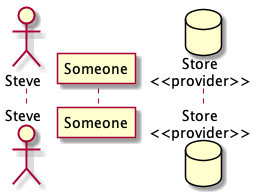
Before: DesignPhase/sequence-diagrams/statistical-values/sequence-diagram.png, a diagram exported from PlantUML (EOSC-synergy/o3webapp). Its diagram source:
```plantuml
@startuml
actor Steve
participant Someone
database "Store\n<<provider>>"
@enduml
```
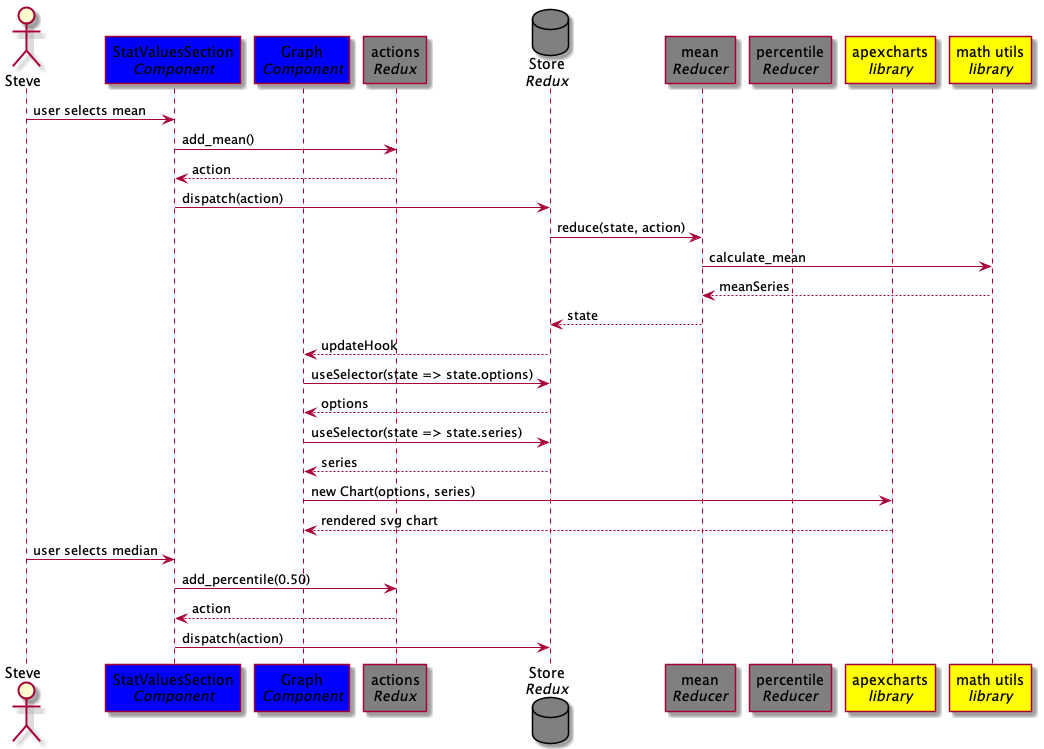
After the commit.

Commit message:
implemented idea

Change to the diagram source:
```diff
@@ -1,5 +1,34 @@
 @startuml
 actor Steve
-participant Someone
-database "Store\n<<provider>>"
+participant "StatValuesSection\n//Component//" as SVS #0000ff
+participant "Graph\n//Component//" as Graph #0000ff
+participant "actions\n//Redux//" as actions #808080
+database "Store\n//Redux//" as Store #808080
+participant "mean\n//Reducer//" as meanRD #808080
+participant "percentile\n//Reducer//" as percRD #808080
+participant "apexcharts\n//library//" as apexcharts #ffff00
+participant "math utils\n//library//" as math #ffff00
+
+Steve->SVS: user selects mean
+SVS->actions: add_mean()
+SVS<--actions: action
+SVS->Store: dispatch(action)
+Store->meanRD: reduce(state, action)
+meanRD->math: calculate_mean
+meanRD<--math: meanSeries
+
+Store<--meanRD: state
+Graph<--Store: updateHook
+Graph->Store: useSelector(state => state.options)
+Graph<--Store: options
+Graph->Store: useSelector(state => state.series)
+Graph<--Store: series
+Graph->apexcharts: new Chart(options, series)
+Graph<--apexcharts: rendered svg chart
+
+Steve->SVS: user selects median
+SVS->actions: add_percentile(0.50)
+SVS<--actions: action
+SVS->Store: dispatch(action)
+
 @enduml
```
